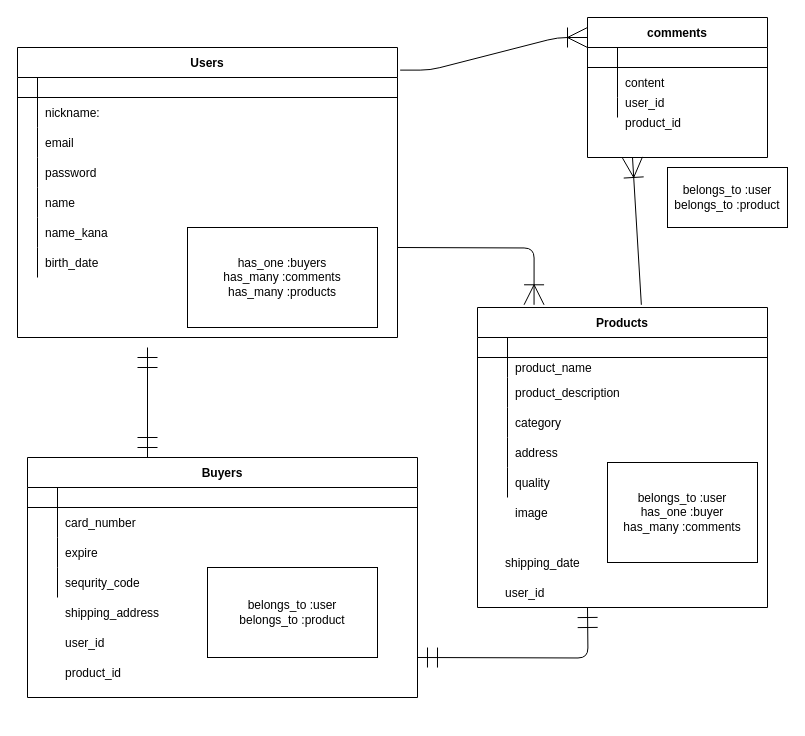
This is er.dio from kicucokko/furima-36849, a draw.io file, before an edit. Source tidied: cells renumbered, new cells numbered last; positions are measured from the earlier drawing's top-left corner, leaving out a move shared by most shapes. Both pictures are drawn from the tidied source at 100%, with x=0, y=0 at pixel (17, 17).
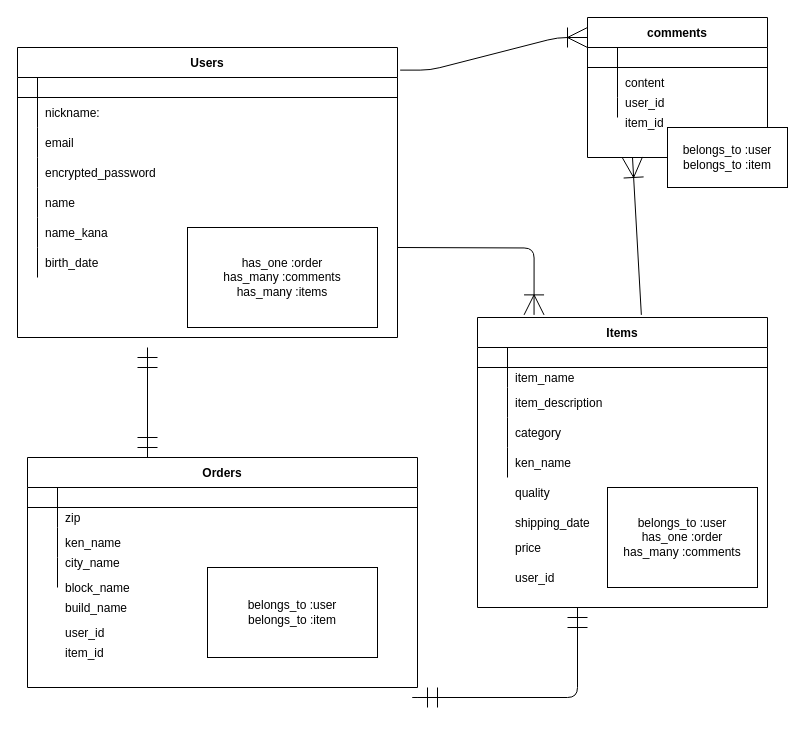
After the change.

Commit message (it also covers changes not shown here):
DB設計とER図微修正

Unchanged cells that the change refers to:
```xml
<mxCell id="12" style="shape=partialRectangle;fillColor=none;top=0;left=0;bottom=0;right=0;" parent="2" vertex="1">
  <mxGeometry y="110" width="380" height="30" as="geometry" />
</mxCell>
<mxCell id="51" style="shape=partialRectangle;fillColor=none;top=0;left=0;bottom=0;right=0;" parent="47" vertex="1">
  <mxGeometry y="50" width="290" height="20" as="geometry" />
</mxCell>
<mxCell id="54" style="shape=partialRectangle;fillColor=none;top=0;left=0;bottom=0;right=0;" parent="47" vertex="1">
  <mxGeometry y="70" width="290" height="30" as="geometry" />
</mxCell>
<mxCell id="60" style="shape=partialRectangle;fillColor=none;top=0;left=0;bottom=0;right=0;" parent="47" vertex="1">
  <mxGeometry y="130" width="290" height="30" as="geometry" />
</mxCell>
```

The edit, as a diff of the source:
```diff
@@
-    <mxCell id="14" value="password" style="shape=partialRectangle;fillColor=none;top=0;left=0;bottom=0;right=0;align=left;spacingLeft=6;overflow=hidden;" parent="12" vertex="1">
+    <mxCell id="14" value="encrypted_password" style="shape=partialRectangle;fillColor=none;top=0;left=0;bottom=0;right=0;align=left;spacingLeft=6;overflow=hidden;" parent="12" vertex="1">
       <mxGeometry x="20" width="360" height="30" as="geometry" />
     </mxCell>
@@
-    <mxCell id="34" value="Buyers" style="shape=table;startSize=30;childLayout=tableLayout;rowLines=0;fontStyle=1;align=center;" parent="1" vertex="1">
-      <mxGeometry x="10" y="440" width="390" height="240" as="geometry" />
+    <mxCell id="34" value="Orders" style="shape=table;startSize=30;childLayout=tableLayout;rowLines=0;fontStyle=1;align=center;" parent="1" vertex="1">
+      <mxGeometry x="10" y="440" width="390" height="230" as="geometry" />
     </mxCell>
@@
     <mxCell id="38" style="shape=partialRectangle;fillColor=none;top=0;left=0;bottom=0;right=0;" parent="34" vertex="1">
-      <mxGeometry y="50" width="390" height="30" as="geometry" />
+      <mxGeometry y="50" width="390" height="20" as="geometry" />
     </mxCell>
     <mxCell id="39" style="shape=partialRectangle;fillColor=none;top=0;left=0;bottom=0;right=0;overflow=hidden;" parent="38" vertex="1">
-      <mxGeometry width="30" height="30" as="geometry" />
+      <mxGeometry width="30" height="20" as="geometry" />
     </mxCell>
-    <mxCell id="40" value="card_number" style="shape=partialRectangle;fillColor=none;top=0;left=0;bottom=0;right=0;align=left;spacingLeft=6;overflow=hidden;" parent="38" vertex="1">
-      <mxGeometry x="30" width="360" height="30" as="geometry" />
+    <mxCell id="40" style="shape=partialRectangle;fillColor=none;top=0;left=0;bottom=0;right=0;align=left;spacingLeft=6;overflow=hidden;" parent="38" vertex="1">
+      <mxGeometry x="30" width="360" height="20" as="geometry" />
     </mxCell>
     <mxCell id="41" style="shape=partialRectangle;fillColor=none;top=0;left=0;bottom=0;right=0;" parent="34" vertex="1">
-      <mxGeometry y="80" width="390" height="30" as="geometry" />
+      <mxGeometry y="70" width="390" height="30" as="geometry" />
     </mxCell>
@@
-    <mxCell id="43" value="expire" style="shape=partialRectangle;fillColor=none;top=0;left=0;bottom=0;right=0;align=left;spacingLeft=6;overflow=hidden;" parent="41" vertex="1">
+    <mxCell id="43" style="shape=partialRectangle;fillColor=none;top=0;left=0;bottom=0;right=0;align=left;spacingLeft=6;overflow=hidden;" parent="41" vertex="1">
       <mxGeometry x="30" width="360" height="30" as="geometry" />
     </mxCell>
     <mxCell id="44" style="shape=partialRectangle;fillColor=none;top=0;left=0;bottom=0;right=0;" parent="34" vertex="1">
-      <mxGeometry y="110" width="390" height="30" as="geometry" />
+      <mxGeometry y="100" width="390" height="30" as="geometry" />
     </mxCell>
@@
-    <mxCell id="46" value="sequrity_code" style="shape=partialRectangle;fillColor=none;top=0;left=0;bottom=0;right=0;align=left;spacingLeft=6;overflow=hidden;" parent="44" vertex="1">
+    <mxCell id="46" style="shape=partialRectangle;fillColor=none;top=0;left=0;bottom=0;right=0;align=left;spacingLeft=6;overflow=hidden;" parent="44" vertex="1">
       <mxGeometry x="30" width="360" height="30" as="geometry" />
     </mxCell>
-    <mxCell id="47" value="Products" style="shape=table;startSize=30;childLayout=tableLayout;rowLines=0;fontStyle=1;align=center;" parent="1" vertex="1">
-      <mxGeometry x="460" y="290" width="290" height="300" as="geometry" />
+    <mxCell id="47" value="Items" style="shape=table;startSize=30;childLayout=tableLayout;rowLines=0;fontStyle=1;align=center;" parent="1" vertex="1">
+      <mxGeometry x="460" y="300" width="290" height="290" as="geometry" />
     </mxCell>
@@
-    <mxCell id="53" value="product_name" style="shape=partialRectangle;fillColor=none;top=0;left=0;bottom=0;right=0;align=left;spacingLeft=6;overflow=hidden;" parent="51" vertex="1">
+    <mxCell id="53" value="item_name" style="shape=partialRectangle;fillColor=none;top=0;left=0;bottom=0;right=0;align=left;spacingLeft=6;overflow=hidden;" parent="51" vertex="1">
       <mxGeometry x="30" width="260" height="20" as="geometry" />
     </mxCell>
@@
-    <mxCell id="56" value="product_description" style="shape=partialRectangle;fillColor=none;top=0;left=0;bottom=0;right=0;align=left;spacingLeft=6;overflow=hidden;" parent="54" vertex="1">
+    <mxCell id="56" value="item_description" style="shape=partialRectangle;fillColor=none;top=0;left=0;bottom=0;right=0;align=left;spacingLeft=6;overflow=hidden;" parent="54" vertex="1">
       <mxGeometry x="30" width="260" height="30" as="geometry" />
     </mxCell>
@@
-    <mxCell id="62" value="address" style="shape=partialRectangle;fillColor=none;top=0;left=0;bottom=0;right=0;align=left;spacingLeft=6;overflow=hidden;" parent="60" vertex="1">
+    <mxCell id="62" style="shape=partialRectangle;fillColor=none;top=0;left=0;bottom=0;right=0;align=left;spacingLeft=6;overflow=hidden;" parent="60" vertex="1">
       <mxGeometry x="30" width="260" height="30" as="geometry" />
     </mxCell>
-    <mxCell id="63" style="shape=partialRectangle;fillColor=none;top=0;left=0;bottom=0;right=0;" parent="47" vertex="1">
-      <mxGeometry y="160" width="290" height="30" as="geometry" />
-    </mxCell>
-    <mxCell id="64" style="shape=partialRectangle;fillColor=none;top=0;left=0;bottom=0;right=0;overflow=hidden;" parent="63" vertex="1">
-      <mxGeometry width="30" height="30" as="geometry" />
-    </mxCell>
-    <mxCell id="65" value="quality" style="shape=partialRectangle;fillColor=none;top=0;left=0;bottom=0;right=0;align=left;spacingLeft=6;overflow=hidden;" parent="63" vertex="1">
-      <mxGeometry x="30" width="260" height="30" as="geometry" />
-    </mxCell>
     <mxCell id="66" value="shipping_date" style="shape=partialRectangle;fillColor=none;top=0;left=0;bottom=0;right=0;align=left;spacingLeft=6;overflow=hidden;" parent="1" vertex="1">
-      <mxGeometry x="480" y="530" width="270" height="30" as="geometry" />
+      <mxGeometry x="490" y="490" width="90" height="30" as="geometry" />
     </mxCell>
-    <mxCell id="67" value="shipping_address" style="shape=partialRectangle;fillColor=none;top=0;left=0;bottom=0;right=0;align=left;spacingLeft=6;overflow=hidden;" parent="1" vertex="1">
-      <mxGeometry x="40" y="580" width="270" height="30" as="geometry" />
+    <mxCell id="67" value="ken_name" style="shape=partialRectangle;fillColor=none;top=0;left=0;bottom=0;right=0;align=left;spacingLeft=6;overflow=hidden;" parent="1" vertex="1">
+      <mxGeometry x="40" y="515" width="120" height="20" as="geometry" />
     </mxCell>
@@
     <mxCell id="71" style="fontSize=12;html=1;endArrow=ERmandOne;startArrow=ERmandOne;endSize=18;startSize=18;edgeStyle=orthogonalEdgeStyle;" parent="1" edge="1">
       <mxGeometry relative="1" as="geometry">
-        <mxPoint x="400" y="640" as="sourcePoint" />
-        <mxPoint x="570" y="590" as="targetPoint" />
+        <mxPoint x="430" y="680" as="sourcePoint" />
+        <mxPoint x="560" y="590" as="targetPoint" />
+        <Array as="points">
+          <mxPoint x="390" y="680" />
+          <mxPoint x="560" y="680" />
+        </Array>
       </mxGeometry>
     </mxCell>
@@
-    <mxCell id="73" value="has_one :buyers&lt;br&gt;has_many :comments&lt;br&gt;has_many :products" style="rounded=0;whiteSpace=wrap;html=1;" parent="1" vertex="1">
+    <mxCell id="73" value="has_one :order&lt;br&gt;has_many :comments&lt;br&gt;has_many :items" style="rounded=0;whiteSpace=wrap;html=1;" parent="1" vertex="1">
       <mxGeometry x="170" y="210" width="190" height="100" as="geometry" />
     </mxCell>
-    <mxCell id="74" value="belongs_to :user&lt;br&gt;belongs_to :product" style="rounded=0;whiteSpace=wrap;html=1;" parent="1" vertex="1">
-      <mxGeometry x="650" y="150" width="120" height="60" as="geometry" />
+    <mxCell id="74" value="belongs_to :user&lt;br&gt;belongs_to :item" style="rounded=0;whiteSpace=wrap;html=1;" parent="1" vertex="1">
+      <mxGeometry x="650" y="110" width="120" height="60" as="geometry" />
     </mxCell>
-    <mxCell id="75" value="belongs_to :user&lt;br&gt;has_one :buyer&lt;br&gt;has_many :comments" style="rounded=0;whiteSpace=wrap;html=1;" parent="1" vertex="1">
-      <mxGeometry x="590" y="445" width="150" height="100" as="geometry" />
+    <mxCell id="75" value="belongs_to :user&lt;br&gt;has_one :order&lt;br&gt;has_many :comments" style="rounded=0;whiteSpace=wrap;html=1;" parent="1" vertex="1">
+      <mxGeometry x="590" y="470" width="150" height="100" as="geometry" />
     </mxCell>
-    <mxCell id="76" value="belongs_to :user&lt;br&gt;belongs_to :product" style="rounded=0;whiteSpace=wrap;html=1;" parent="1" vertex="1">
+    <mxCell id="76" value="belongs_to :user&lt;br&gt;belongs_to :item" style="rounded=0;whiteSpace=wrap;html=1;" parent="1" vertex="1">
       <mxGeometry x="190" y="550" width="170" height="90" as="geometry" />
     </mxCell>
     <mxCell id="77" value="user_id" style="shape=partialRectangle;fillColor=none;top=0;left=0;bottom=0;right=0;align=left;spacingLeft=6;overflow=hidden;" parent="1" vertex="1">
-      <mxGeometry x="40" y="610" width="270" height="30" as="geometry" />
+      <mxGeometry x="40" y="600" width="270" height="30" as="geometry" />
     </mxCell>
     <mxCell id="78" value="user_id" style="shape=partialRectangle;fillColor=none;top=0;left=0;bottom=0;right=0;align=left;spacingLeft=6;overflow=hidden;" parent="1" vertex="1">
-      <mxGeometry x="480" y="560" width="270" height="30" as="geometry" />
+      <mxGeometry x="490" y="550" width="90" height="20" as="geometry" />
     </mxCell>
@@
-    <mxCell id="80" value="product_id" style="shape=partialRectangle;fillColor=none;top=0;left=0;bottom=0;right=0;align=left;spacingLeft=6;overflow=hidden;" parent="1" vertex="1">
+    <mxCell id="80" value="item_id" style="shape=partialRectangle;fillColor=none;top=0;left=0;bottom=0;right=0;align=left;spacingLeft=6;overflow=hidden;" parent="1" vertex="1">
       <mxGeometry x="600" y="90" width="150" height="30" as="geometry" />
     </mxCell>
-    <mxCell id="81" value="product_id" style="shape=partialRectangle;fillColor=none;top=0;left=0;bottom=0;right=0;align=left;spacingLeft=6;overflow=hidden;" parent="1" vertex="1">
-      <mxGeometry x="40" y="640" width="150" height="30" as="geometry" />
+    <mxCell id="81" value="item_id" style="shape=partialRectangle;fillColor=none;top=0;left=0;bottom=0;right=0;align=left;spacingLeft=6;overflow=hidden;" parent="1" vertex="1">
+      <mxGeometry x="40" y="620" width="150" height="30" as="geometry" />
     </mxCell>
-    <mxCell id="82" value="image" style="shape=partialRectangle;fillColor=none;top=0;left=0;bottom=0;right=0;align=left;spacingLeft=6;overflow=hidden;" parent="1" vertex="1">
-      <mxGeometry x="490" y="480" width="270" height="30" as="geometry" />
+    <mxCell id="82" value="quality" style="shape=partialRectangle;fillColor=none;top=0;left=0;bottom=0;right=0;align=left;spacingLeft=6;overflow=hidden;" parent="1" vertex="1">
+      <mxGeometry x="490" y="460" width="70" height="30" as="geometry" />
     </mxCell>
+    <mxCell id="83" value="price" style="shape=partialRectangle;fillColor=none;top=0;left=0;bottom=0;right=0;align=left;spacingLeft=6;overflow=hidden;" parent="1" vertex="1">
+      <mxGeometry x="490" y="520" width="90" height="20" as="geometry" />
+    </mxCell>
+    <mxCell id="84" value="ken_name" style="shape=partialRectangle;fillColor=none;top=0;left=0;bottom=0;right=0;align=left;spacingLeft=6;overflow=hidden;" parent="1" vertex="1">
+      <mxGeometry x="490" y="430" width="70" height="30" as="geometry" />
+    </mxCell>
+    <mxCell id="85" value="city_name" style="shape=partialRectangle;fillColor=none;top=0;left=0;bottom=0;right=0;align=left;spacingLeft=6;overflow=hidden;" parent="1" vertex="1">
+      <mxGeometry x="40" y="535" width="120" height="20" as="geometry" />
+    </mxCell>
+    <mxCell id="86" value="block_name" style="shape=partialRectangle;fillColor=none;top=0;left=0;bottom=0;right=0;align=left;spacingLeft=6;overflow=hidden;" parent="1" vertex="1">
+      <mxGeometry x="40" y="560" width="120" height="20" as="geometry" />
+    </mxCell>
+    <mxCell id="87" value="build_name" style="shape=partialRectangle;fillColor=none;top=0;left=0;bottom=0;right=0;align=left;spacingLeft=6;overflow=hidden;" parent="1" vertex="1">
+      <mxGeometry x="40" y="580" width="120" height="20" as="geometry" />
+    </mxCell>
+    <mxCell id="88" value="zip" style="shape=partialRectangle;fillColor=none;top=0;left=0;bottom=0;right=0;align=left;spacingLeft=6;overflow=hidden;" parent="1" vertex="1">
+      <mxGeometry x="40" y="490" width="120" height="20" as="geometry" />
+    </mxCell>
```
